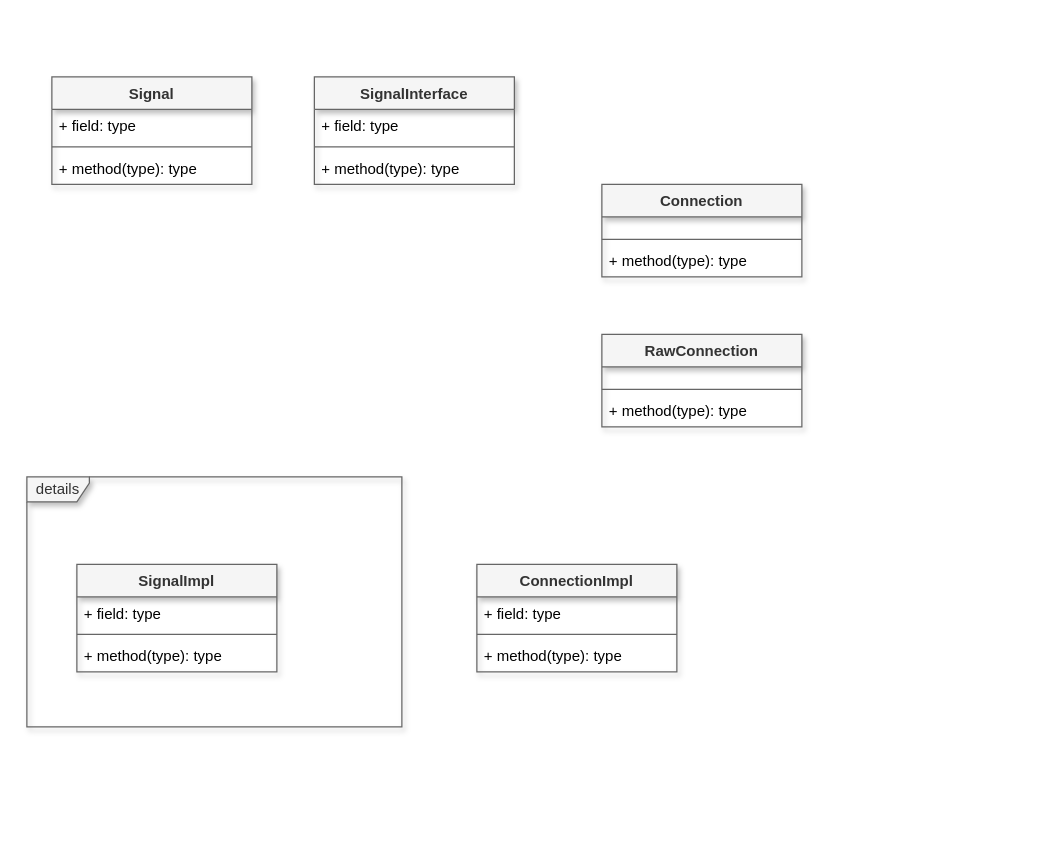
nodec-project/nodec keeps this draw.io diagram as nodec/docs/signals.drawio. Above is the earlier version. Source tidied: cells renumbered, new cells numbered last; positions are measured from the earlier drawing's top-left corner, leaving out a move shared by most shapes. Both pictures are drawn from the tidied source at 125%, with x=0, y=0 at pixel (26, 76).
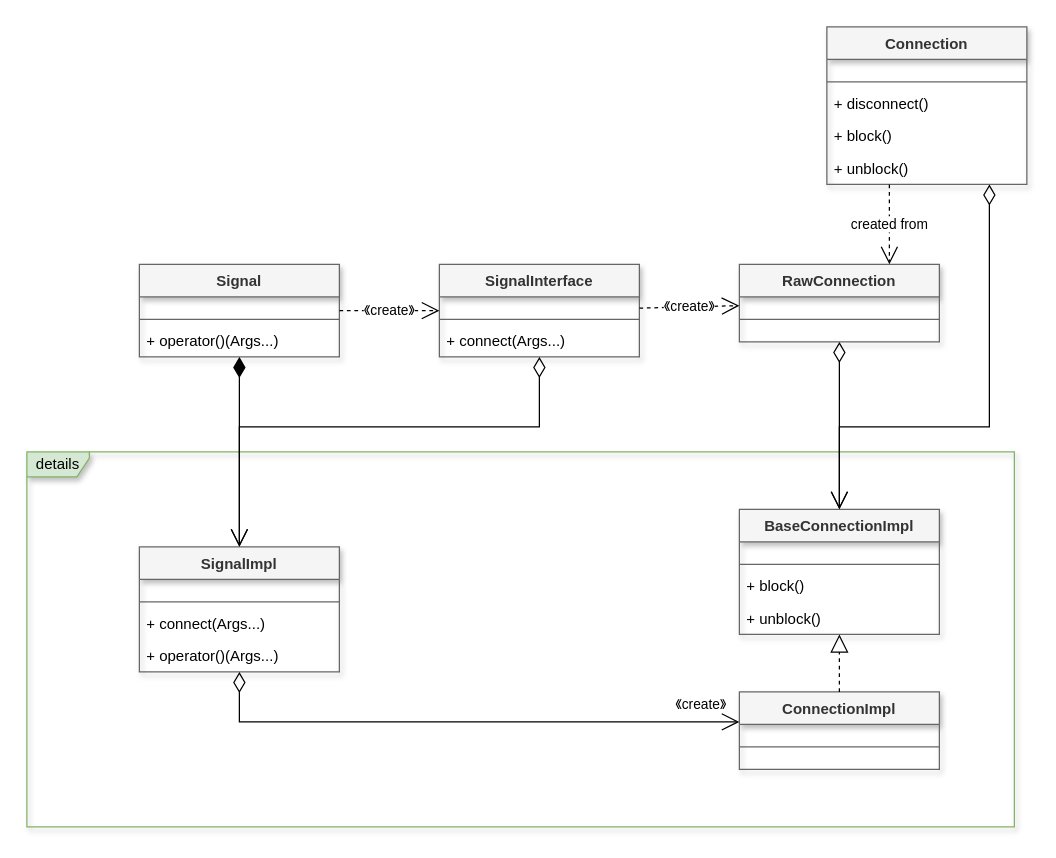
The same page after the edit.

What changed in the source:
```diff
@@
+    <mxCell id="26" value="details" style="shape=umlFrame;whiteSpace=wrap;html=1;shadow=1;fillColor=#d5e8d4;strokeColor=#82b366;width=50;height=20;" parent="1" vertex="1">
+      <mxGeometry y="300" width="790" height="300" as="geometry" />
+    </mxCell>
     <mxCell id="2" value="Connection" style="swimlane;fontStyle=1;align=center;verticalAlign=top;horizontal=1;startSize=26;fillColor=#f5f5f5;fontColor=#333333;strokeColor=#666666;shadow=1;" parent="1" vertex="1">
-      <mxGeometry x="460" y="86" width="160" height="74" as="geometry" />
+      <mxGeometry x="640" y="-40" width="160" height="126" as="geometry" />
     </mxCell>
@@
-    <mxCell id="5" value="+ method(type): type" style="text;strokeColor=none;fillColor=none;align=left;verticalAlign=top;rounded=0;shadow=1;spacingLeft=4;spacingRight=4;" parent="2" vertex="1">
-      <mxGeometry y="48" width="160" height="26" as="geometry" />
-    </mxCell>
+    <mxCell id="27" value="+ disconnect()" style="text;strokeColor=none;fillColor=none;align=left;verticalAlign=top;rounded=0;shadow=1;spacingLeft=4;spacingRight=4;" parent="2" vertex="1">
+      <mxGeometry y="48" width="160" height="26" as="geometry" />
+    </mxCell>
+    <mxCell id="28" value="+ block()" style="text;strokeColor=none;fillColor=none;align=left;verticalAlign=top;rounded=0;shadow=1;spacingLeft=4;spacingRight=4;" parent="2" vertex="1">
+      <mxGeometry y="74" width="160" height="26" as="geometry" />
+    </mxCell>
+    <mxCell id="29" value="+ unblock()" style="text;strokeColor=none;fillColor=none;align=left;verticalAlign=top;rounded=0;shadow=1;spacingLeft=4;spacingRight=4;" parent="2" vertex="1">
+      <mxGeometry y="100" width="160" height="26" as="geometry" />
+    </mxCell>
     <mxCell id="6" value="Signal" style="swimlane;fontStyle=1;align=center;verticalAlign=top;horizontal=1;startSize=26;fillColor=#f5f5f5;fontColor=#333333;strokeColor=#666666;shadow=1;" parent="1" vertex="1">
-      <mxGeometry x="20" width="160" height="86" as="geometry" />
+      <mxGeometry x="90" y="150" width="160" height="74" as="geometry" />
     </mxCell>
-    <mxCell id="7" value="+ field: type" style="text;strokeColor=none;fillColor=none;align=left;verticalAlign=top;rounded=0;shadow=1;spacingLeft=4;spacingRight=4;" parent="6" vertex="1">
-      <mxGeometry y="26" width="160" height="26" as="geometry" />
-    </mxCell>
+    <mxCell id="30" style="text;strokeColor=none;fillColor=none;align=left;verticalAlign=middle;spacingTop=-1;spacingLeft=4;spacingRight=4;labelPosition=right;" parent="6" vertex="1">
+      <mxGeometry y="26" width="160" height="14" as="geometry" />
+    </mxCell>
     <mxCell id="8" style="line;strokeWidth=1;fillColor=none;align=left;verticalAlign=middle;spacingTop=-1;spacingLeft=3;spacingRight=3;labelPosition=right;strokeColor=inherit;" parent="6" vertex="1">
-      <mxGeometry y="52" width="160" height="8" as="geometry" />
+      <mxGeometry y="40" width="160" height="8" as="geometry" />
     </mxCell>
-    <mxCell id="9" value="+ method(type): type" style="text;strokeColor=none;fillColor=none;align=left;verticalAlign=top;rounded=0;shadow=1;spacingLeft=4;spacingRight=4;" parent="6" vertex="1">
-      <mxGeometry y="60" width="160" height="26" as="geometry" />
+    <mxCell id="9" value="+ operator()(Args...)" style="text;strokeColor=none;fillColor=none;align=left;verticalAlign=top;rounded=0;shadow=1;spacingLeft=4;spacingRight=4;" parent="6" vertex="1">
+      <mxGeometry y="48" width="160" height="26" as="geometry" />
     </mxCell>
     <mxCell id="10" value="SignalInterface" style="swimlane;fontStyle=1;align=center;verticalAlign=top;horizontal=1;startSize=26;fillColor=#f5f5f5;fontColor=#333333;strokeColor=#666666;shadow=1;" parent="1" vertex="1">
-      <mxGeometry x="230" width="160" height="86" as="geometry" />
+      <mxGeometry x="330" y="150" width="160" height="74" as="geometry" />
     </mxCell>
-    <mxCell id="11" value="+ field: type" style="text;strokeColor=none;fillColor=none;align=left;verticalAlign=top;rounded=0;shadow=1;spacingLeft=4;spacingRight=4;" parent="10" vertex="1">
-      <mxGeometry y="26" width="160" height="26" as="geometry" />
-    </mxCell>
+    <mxCell id="31" style="text;strokeColor=none;fillColor=none;align=left;verticalAlign=middle;spacingTop=-1;spacingLeft=4;spacingRight=4;labelPosition=right;" parent="10" vertex="1">
+      <mxGeometry y="26" width="160" height="14" as="geometry" />
+    </mxCell>
     <mxCell id="12" style="line;strokeWidth=1;fillColor=none;align=left;verticalAlign=middle;spacingTop=-1;spacingLeft=3;spacingRight=3;labelPosition=right;strokeColor=inherit;" parent="10" vertex="1">
-      <mxGeometry y="52" width="160" height="8" as="geometry" />
+      <mxGeometry y="40" width="160" height="8" as="geometry" />
     </mxCell>
-    <mxCell id="13" value="+ method(type): type" style="text;strokeColor=none;fillColor=none;align=left;verticalAlign=top;rounded=0;shadow=1;spacingLeft=4;spacingRight=4;" parent="10" vertex="1">
-      <mxGeometry y="60" width="160" height="26" as="geometry" />
+    <mxCell id="13" value="+ connect(Args...)" style="text;strokeColor=none;fillColor=none;align=left;verticalAlign=top;rounded=0;shadow=1;spacingLeft=4;spacingRight=4;" parent="10" vertex="1">
+      <mxGeometry y="48" width="160" height="26" as="geometry" />
     </mxCell>
     <mxCell id="14" value="RawConnection" style="swimlane;fontStyle=1;align=center;verticalAlign=top;horizontal=1;startSize=26;fillColor=#f5f5f5;fontColor=#333333;strokeColor=#666666;shadow=1;" parent="1" vertex="1">
-      <mxGeometry x="460" y="206" width="160" height="74" as="geometry" />
+      <mxGeometry x="570" y="150" width="160" height="62" as="geometry" />
     </mxCell>
@@
-    <mxCell id="17" value="+ method(type): type" style="text;strokeColor=none;fillColor=none;align=left;verticalAlign=top;rounded=0;shadow=1;spacingLeft=4;spacingRight=4;" parent="14" vertex="1">
-      <mxGeometry y="48" width="160" height="26" as="geometry" />
-    </mxCell>
+    <mxCell id="32" style="text;strokeColor=none;fillColor=none;align=left;verticalAlign=middle;spacingTop=-1;spacingLeft=4;spacingRight=4;labelPosition=right;" parent="14" vertex="1">
+      <mxGeometry y="48" width="160" height="14" as="geometry" />
+    </mxCell>
     <mxCell id="18" value="ConnectionImpl" style="swimlane;fontStyle=1;align=center;verticalAlign=top;horizontal=1;startSize=26;fillColor=#f5f5f5;fontColor=#333333;strokeColor=#666666;shadow=1;" parent="1" vertex="1">
-      <mxGeometry x="360" y="390" width="160" height="86" as="geometry" />
+      <mxGeometry x="570" y="492" width="160" height="62" as="geometry" />
     </mxCell>
-    <mxCell id="19" value="+ field: type" style="text;strokeColor=none;fillColor=none;align=left;verticalAlign=top;rounded=0;shadow=1;spacingLeft=4;spacingRight=4;" parent="18" vertex="1">
-      <mxGeometry y="26" width="160" height="26" as="geometry" />
-    </mxCell>
+    <mxCell id="33" style="text;strokeColor=none;fillColor=none;align=left;verticalAlign=middle;spacingTop=-1;spacingLeft=4;spacingRight=4;labelPosition=right;" parent="18" vertex="1">
+      <mxGeometry y="26" width="160" height="14" as="geometry" />
+    </mxCell>
     <mxCell id="20" style="line;strokeWidth=1;fillColor=none;align=left;verticalAlign=middle;spacingTop=-1;spacingLeft=3;spacingRight=3;labelPosition=right;strokeColor=inherit;" parent="18" vertex="1">
-      <mxGeometry y="52" width="160" height="8" as="geometry" />
+      <mxGeometry y="40" width="160" height="8" as="geometry" />
     </mxCell>
-    <mxCell id="21" value="+ method(type): type" style="text;strokeColor=none;fillColor=none;align=left;verticalAlign=top;rounded=0;shadow=1;spacingLeft=4;spacingRight=4;" parent="18" vertex="1">
-      <mxGeometry y="60" width="160" height="26" as="geometry" />
-    </mxCell>
+    <mxCell id="34" style="text;strokeColor=none;fillColor=none;align=left;verticalAlign=middle;spacingTop=-1;spacingLeft=4;spacingRight=4;labelPosition=right;" parent="18" vertex="1">
+      <mxGeometry y="48" width="160" height="14" as="geometry" />
+    </mxCell>
     <mxCell id="22" value="SignalImpl" style="swimlane;fontStyle=1;align=center;verticalAlign=top;horizontal=1;startSize=26;fillColor=#f5f5f5;fontColor=#333333;strokeColor=#666666;shadow=1;" parent="1" vertex="1">
-      <mxGeometry x="40" y="390" width="160" height="86" as="geometry" />
+      <mxGeometry x="90" y="376" width="160" height="100" as="geometry" />
     </mxCell>
-    <mxCell id="23" value="+ field: type" style="text;strokeColor=none;fillColor=none;align=left;verticalAlign=top;rounded=0;shadow=1;spacingLeft=4;spacingRight=4;" parent="22" vertex="1">
-      <mxGeometry y="26" width="160" height="26" as="geometry" />
-    </mxCell>
+    <mxCell id="35" style="text;strokeColor=none;fillColor=none;align=left;verticalAlign=middle;spacingTop=-1;spacingLeft=4;spacingRight=4;labelPosition=right;" parent="22" vertex="1">
+      <mxGeometry y="26" width="160" height="14" as="geometry" />
+    </mxCell>
     <mxCell id="24" style="line;strokeWidth=1;fillColor=none;align=left;verticalAlign=middle;spacingTop=-1;spacingLeft=3;spacingRight=3;labelPosition=right;strokeColor=inherit;" parent="22" vertex="1">
-      <mxGeometry y="52" width="160" height="8" as="geometry" />
+      <mxGeometry y="40" width="160" height="8" as="geometry" />
     </mxCell>
-    <mxCell id="25" value="+ method(type): type" style="text;strokeColor=none;fillColor=none;align=left;verticalAlign=top;rounded=0;shadow=1;spacingLeft=4;spacingRight=4;" parent="22" vertex="1">
-      <mxGeometry y="60" width="160" height="26" as="geometry" />
-    </mxCell>
-    <mxCell id="26" value="details" style="shape=umlFrame;whiteSpace=wrap;html=1;shadow=1;fillColor=#f5f5f5;fontColor=#333333;strokeColor=#666666;width=50;height=20;" parent="1" vertex="1">
-      <mxGeometry y="320" width="300" height="200" as="geometry" />
-    </mxCell>
+    <mxCell id="36" value="+ connect(Args...)" style="text;strokeColor=none;fillColor=none;align=left;verticalAlign=top;rounded=0;shadow=1;spacingLeft=4;spacingRight=4;" parent="22" vertex="1">
+      <mxGeometry y="48" width="160" height="26" as="geometry" />
+    </mxCell>
+    <mxCell id="37" value="+ operator()(Args...)" style="text;strokeColor=none;fillColor=none;align=left;verticalAlign=top;rounded=0;shadow=1;spacingLeft=4;spacingRight=4;" parent="22" vertex="1">
+      <mxGeometry y="74" width="160" height="26" as="geometry" />
+    </mxCell>
+    <mxCell id="38" value="BaseConnectionImpl" style="swimlane;fontStyle=1;align=center;verticalAlign=top;horizontal=1;startSize=26;fillColor=#f5f5f5;fontColor=#333333;strokeColor=#666666;shadow=1;" parent="1" vertex="1">
+      <mxGeometry x="570" y="346" width="160" height="100" as="geometry" />
+    </mxCell>
+    <mxCell id="39" style="text;strokeColor=none;fillColor=none;align=left;verticalAlign=middle;spacingTop=-1;spacingLeft=4;spacingRight=4;labelPosition=right;" parent="38" vertex="1">
+      <mxGeometry y="26" width="160" height="14" as="geometry" />
+    </mxCell>
+    <mxCell id="40" style="line;strokeWidth=1;fillColor=none;align=left;verticalAlign=middle;spacingTop=-1;spacingLeft=3;spacingRight=3;labelPosition=right;strokeColor=inherit;" parent="38" vertex="1">
+      <mxGeometry y="40" width="160" height="8" as="geometry" />
+    </mxCell>
+    <mxCell id="41" value="+ block()" style="text;strokeColor=none;fillColor=none;align=left;verticalAlign=top;rounded=0;shadow=1;spacingLeft=4;spacingRight=4;" parent="38" vertex="1">
+      <mxGeometry y="48" width="160" height="26" as="geometry" />
+    </mxCell>
+    <mxCell id="42" value="+ unblock()" style="text;strokeColor=none;fillColor=none;align=left;verticalAlign=top;rounded=0;shadow=1;spacingLeft=4;spacingRight=4;" parent="38" vertex="1">
+      <mxGeometry y="74" width="160" height="26" as="geometry" />
+    </mxCell>
+    <mxCell id="43" style="endArrow=block;dashed=1;endFill=0;endSize=12;html=1;rounded=0;" parent="1" edge="1" source="18" target="38">
+      <mxGeometry relative="1" as="geometry" />
+    </mxCell>
+    <mxCell id="44" style="endArrow=open;html=1;endSize=12;startArrow=diamondThin;startSize=14;startFill=0;edgeStyle=orthogonalEdgeStyle;align=left;verticalAlign=bottom;rounded=0;" parent="1" edge="1" source="22" target="18">
+      <mxGeometry x="-1" y="3" relative="1" as="geometry">
+        <Array as="points">
+          <mxPoint x="170" y="516" />
+        </Array>
+      </mxGeometry>
+    </mxCell>
+    <mxCell id="45" value="《create》" style="edgeLabel;html=1;align=right;verticalAlign=bottom;" parent="44" vertex="1">
+      <mxGeometry x="0.86" y="3" relative="1" as="geometry">
+        <mxPoint x="21" y="-3" as="offset" />
+      </mxGeometry>
+    </mxCell>
+    <mxCell id="46" style="endArrow=open;html=1;endSize=12;startArrow=diamondThin;startSize=14;startFill=1;edgeStyle=orthogonalEdgeStyle;align=left;verticalAlign=bottom;rounded=0;" parent="1" edge="1" source="6" target="22">
+      <mxGeometry x="-1" y="3" relative="1" as="geometry" />
+    </mxCell>
+    <mxCell id="47" value="《create》" style="endArrow=open;endSize=12;dashed=1;html=1;rounded=0;" parent="1" edge="1" source="6" target="10">
+      <mxGeometry relative="1" as="geometry" />
+    </mxCell>
+    <mxCell id="48" value="《create》" style="endArrow=open;endSize=12;dashed=1;html=1;rounded=0;" parent="1" edge="1" source="10" target="14">
+      <mxGeometry relative="1" as="geometry" />
+    </mxCell>
+    <mxCell id="49" style="endArrow=open;html=1;endSize=12;startArrow=diamondThin;startSize=14;startFill=0;edgeStyle=orthogonalEdgeStyle;align=left;verticalAlign=bottom;rounded=0;" parent="1" edge="1" source="10" target="22">
+      <mxGeometry x="-1" y="3" relative="1" as="geometry">
+        <Array as="points">
+          <mxPoint x="410" y="280" />
+          <mxPoint x="170" y="280" />
+        </Array>
+      </mxGeometry>
+    </mxCell>
+    <mxCell id="50" style="endArrow=open;html=1;endSize=12;startArrow=diamondThin;startSize=14;startFill=0;edgeStyle=orthogonalEdgeStyle;align=left;verticalAlign=bottom;rounded=0;" parent="1" edge="1" source="14" target="38">
+      <mxGeometry x="-1" y="3" relative="1" as="geometry">
+        <Array as="points">
+          <mxPoint x="650" y="310" />
+          <mxPoint x="650" y="310" />
+        </Array>
+      </mxGeometry>
+    </mxCell>
+    <mxCell id="51" style="endArrow=open;html=1;endSize=12;startArrow=diamondThin;startSize=14;startFill=0;edgeStyle=orthogonalEdgeStyle;align=left;verticalAlign=bottom;rounded=0;" parent="1" edge="1" source="2" target="38">
+      <mxGeometry x="-1" y="3" relative="1" as="geometry">
+        <Array as="points">
+          <mxPoint x="770" y="280" />
+          <mxPoint x="650" y="280" />
+        </Array>
+      </mxGeometry>
+    </mxCell>
+    <mxCell id="52" value="created from" style="endArrow=open;endSize=12;dashed=1;html=1;rounded=0;edgeStyle=orthogonalEdgeStyle;" parent="1" edge="1" source="2" target="14">
+      <mxGeometry relative="1" as="geometry">
+        <Array as="points">
+          <mxPoint x="690" y="110" />
+          <mxPoint x="690" y="110" />
+        </Array>
+      </mxGeometry>
+    </mxCell>
```
